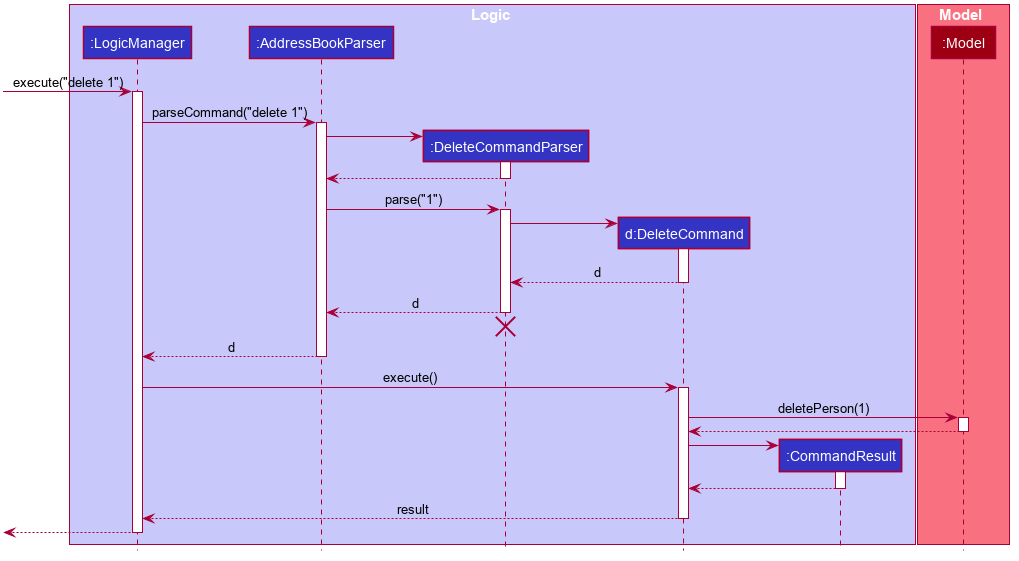
The PlantUML diagram docs/images/DeleteSequenceDiagram.png in nus-cs2103-AY1920S1/addressbook-level3, before a commit.
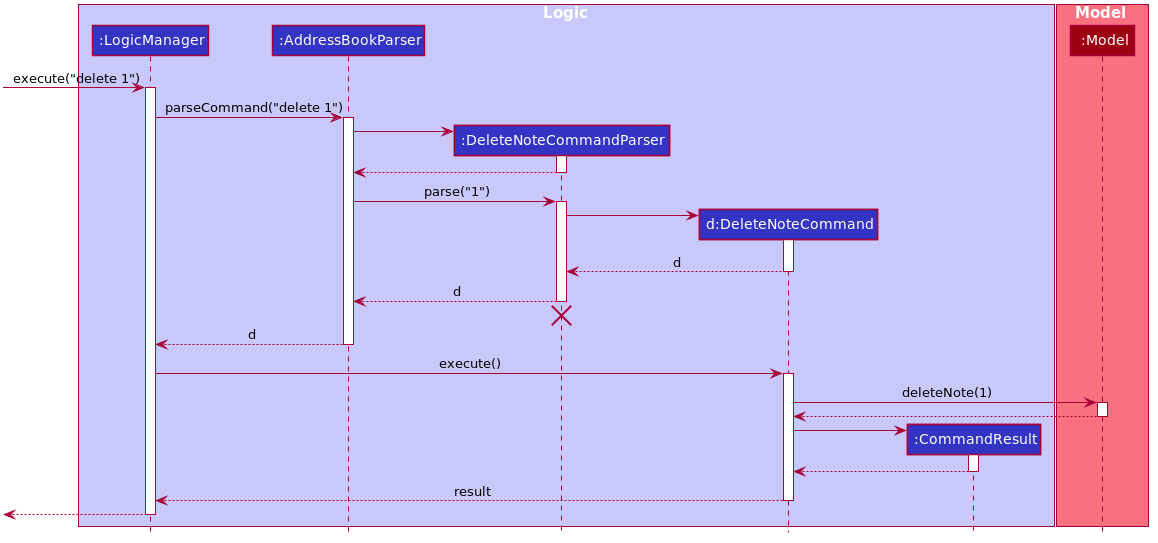
Later version of the same file.

The edit, as a diff of the source:
```diff
@@ -1,4 +1,5 @@
 @startuml
+
 
 
 
@@ -49,11 +50,11 @@
 hide circle
 
 box Logic #C8C8FA
-participant ":LogicManager" as LogicManager #3333C4
-participant ":AddressBookParser" as AddressBookParser #3333C4
-participant ":DeleteCommandParser" as DeleteCommandParser #3333C4
-participant "d:DeleteCommand" as DeleteCommand #3333C4
-participant ":CommandResult" as CommandResult #3333C4
+participant ":LogicManager  " as LogicManager #3333C4
+participant ":AddressBookParser  " as AddressBookParser #3333C4
+participant ":DeleteNoteCommandParser    " as DeleteNoteCommandParser #3333C4
+participant "d:DeleteNoteCommand   " as DeleteNoteCommand #3333C4
+participant ":CommandResult  " as CommandResult #3333C4
 end box
 
 box Model #F97181
@@ -66,49 +67,49 @@
 LogicManager -> AddressBookParser : parseCommand("delete 1")
 activate AddressBookParser
 
-create DeleteCommandParser
-AddressBookParser -> DeleteCommandParser
-activate DeleteCommandParser
+create DeleteNoteCommandParser
+AddressBookParser -> DeleteNoteCommandParser
+activate DeleteNoteCommandParser
 
-DeleteCommandParser --> AddressBookParser
-deactivate DeleteCommandParser
+DeleteNoteCommandParser --> AddressBookParser
+deactivate DeleteNoteCommandParser
 
-AddressBookParser -> DeleteCommandParser : parse("1")
-activate DeleteCommandParser
+AddressBookParser -> DeleteNoteCommandParser : parse("1")
+activate DeleteNoteCommandParser
 
-create DeleteCommand
-DeleteCommandParser -> DeleteCommand
-activate DeleteCommand
+create DeleteNoteCommand
+DeleteNoteCommandParser -> DeleteNoteCommand
+activate DeleteNoteCommand
 
-DeleteCommand --> DeleteCommandParser : d
-deactivate DeleteCommand
+DeleteNoteCommand --> DeleteNoteCommandParser : d
+deactivate DeleteNoteCommand
 
-DeleteCommandParser --> AddressBookParser : d
-deactivate DeleteCommandParser
-DeleteCommandParser -[hidden]-> AddressBookParser
-destroy DeleteCommandParser
+DeleteNoteCommandParser --> AddressBookParser : d
+deactivate DeleteNoteCommandParser
+DeleteNoteCommandParser -[hidden]-> AddressBookParser
+destroy DeleteNoteCommandParser
 
 AddressBookParser --> LogicManager : d
 deactivate AddressBookParser
 
-LogicManager -> DeleteCommand : execute()
-activate DeleteCommand
+LogicManager -> DeleteNoteCommand : execute()
+activate DeleteNoteCommand
 
-DeleteCommand -> Model : deletePerson(1)
+DeleteNoteCommand -> Model : deleteNote(1)
 activate Model
 
-Model --> DeleteCommand
+Model --> DeleteNoteCommand
 deactivate Model
 
 create CommandResult
-DeleteCommand -> CommandResult
+DeleteNoteCommand -> CommandResult
 activate CommandResult
 
-CommandResult --> DeleteCommand
+CommandResult --> DeleteNoteCommand
 deactivate CommandResult
 
-DeleteCommand --> LogicManager : result
-deactivate DeleteCommand
+DeleteNoteCommand --> LogicManager : result
+deactivate DeleteNoteCommand
 
 [<--LogicManager
 deactivate LogicManager
```
